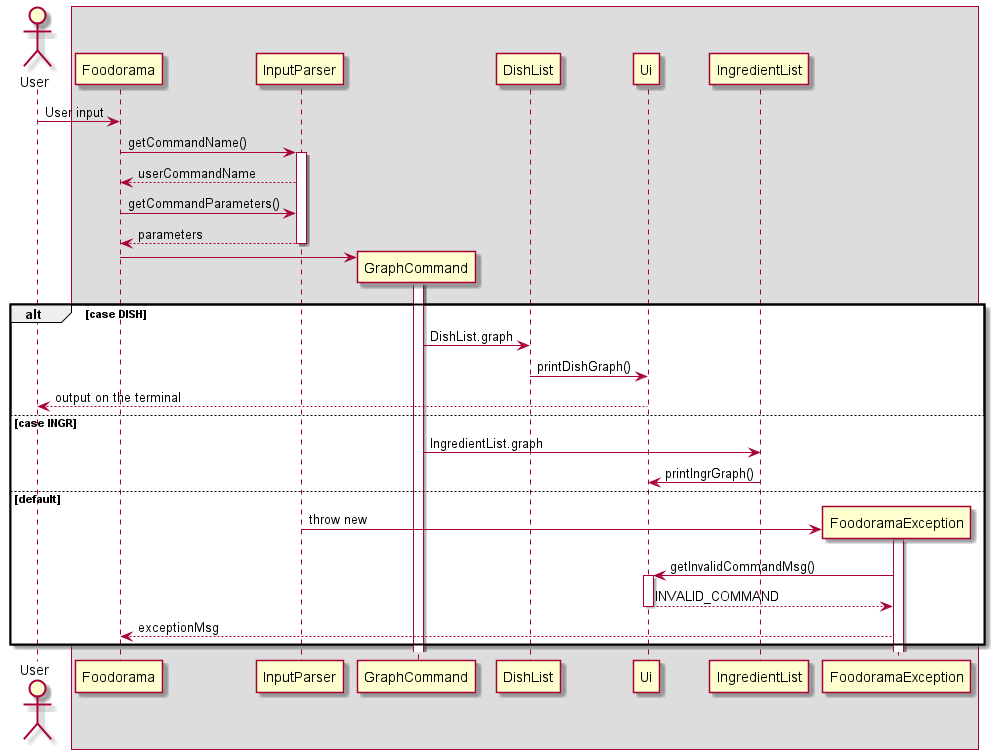
The PlantUML diagram docs/images/graph_sequence.png in nus-cs2113-AY2122S1/tp, before a commit. Source of this version:
```plantuml
@startuml

hide circle
skinparam classAttributeIconSize 0

actor User

Box
User -> Foodorama: User input
Foodorama -> InputParser: getCommandName()
activate InputParser
Foodorama <-- InputParser: userCommandName

Foodorama -> InputParser: getCommandParameters()

return parameters

create GraphCommand
Foodorama -> GraphCommand
activate GraphCommand

alt case DISH
    GraphCommand -> DishList: DishList.graph
    DishList -> Ui: printDishGraph()
    Ui --> User: output on the terminal

else case INGR
    GraphCommand -> IngredientList : IngredientList.graph
    IngredientList -> Ui: printIngrGraph()

else default
    create FoodoramaException
    InputParser -> FoodoramaException: throw new
    activate FoodoramaException

    FoodoramaException -> Ui: getInvalidCommandMsg()
    activate Ui
    FoodoramaException<-- Ui : INVALID_COMMAND
    deactivate Ui
    FoodoramaException --> Foodorama: exceptionMsg
end

@enduml
```
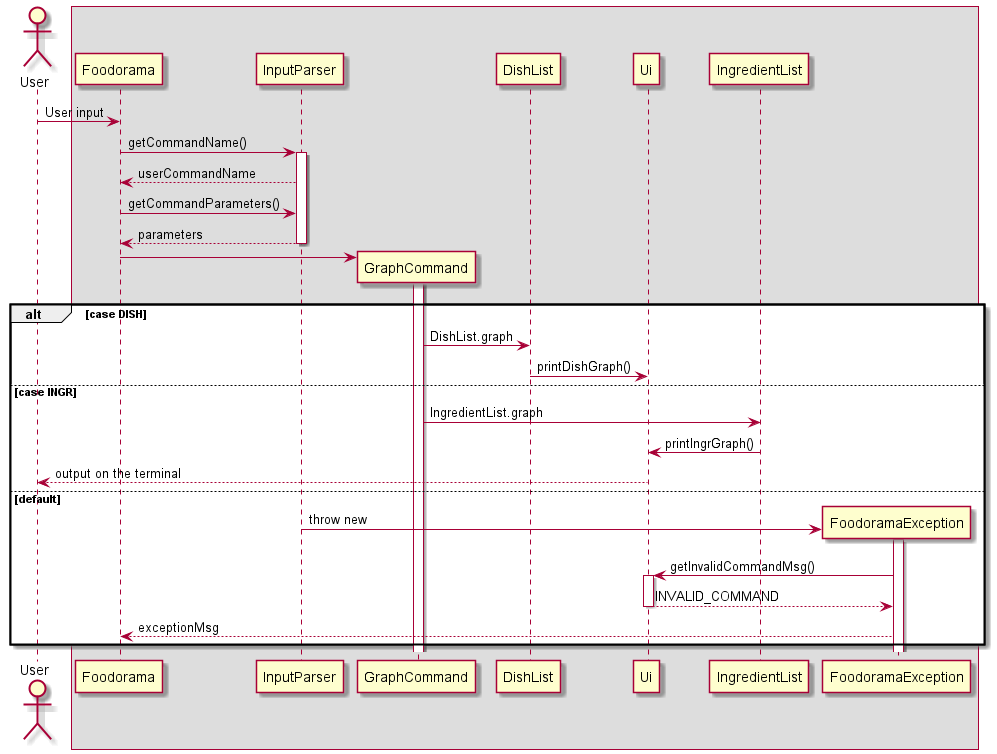
After the change.

The edit, as a diff of the source:
```diff
@@ -22,11 +22,12 @@
 alt case DISH
     GraphCommand -> DishList: DishList.graph
     DishList -> Ui: printDishGraph()
-    Ui --> User: output on the terminal
+
 
 else case INGR
     GraphCommand -> IngredientList : IngredientList.graph
     IngredientList -> Ui: printIngrGraph()
+    Ui --> User: output on the terminal
 
 else default
     create FoodoramaException
```
